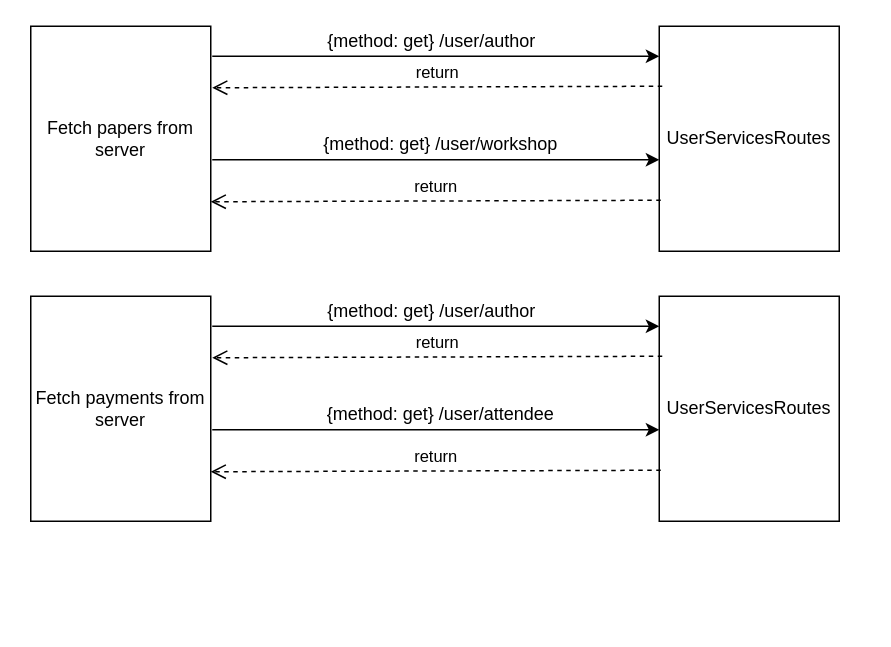
matthew-sliit/conferencemgtool keeps this draw.io diagram as page "user-NEW" (9 of 9) of diagrams/Sequence_Restapi.drawio. Above is the earlier version. Source tidied: cells renumbered, new cells numbered last; positions are measured from the earlier drawing's top-left corner, leaving out a move shared by most shapes. Both pictures are drawn from the tidied source at 150%, with x=0, y=0 at pixel (30, 26).
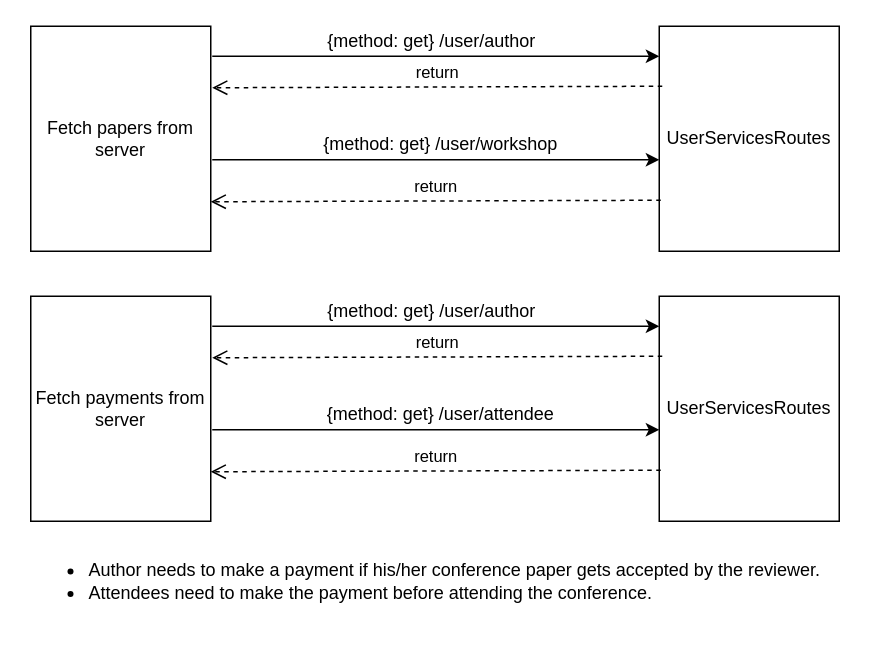
The same diagram, later.

Change to the diagram source:
```diff
@@
+    <mxCell id="18" value="&lt;ul&gt;&lt;li&gt;Author needs to make a payment if his/her conference paper gets accepted by the reviewer.&lt;/li&gt;&lt;li&gt;Attendees need to make the payment before attending the conference.&amp;nbsp;&amp;nbsp;&lt;/li&gt;&lt;/ul&gt;" style="text;html=1;strokeColor=none;fillColor=none;align=left;verticalAlign=middle;whiteSpace=wrap;rounded=0;" parent="1" vertex="1">
+      <mxGeometry x="-3" y="350" width="560" height="40" as="geometry" />
+    </mxCell>
```
